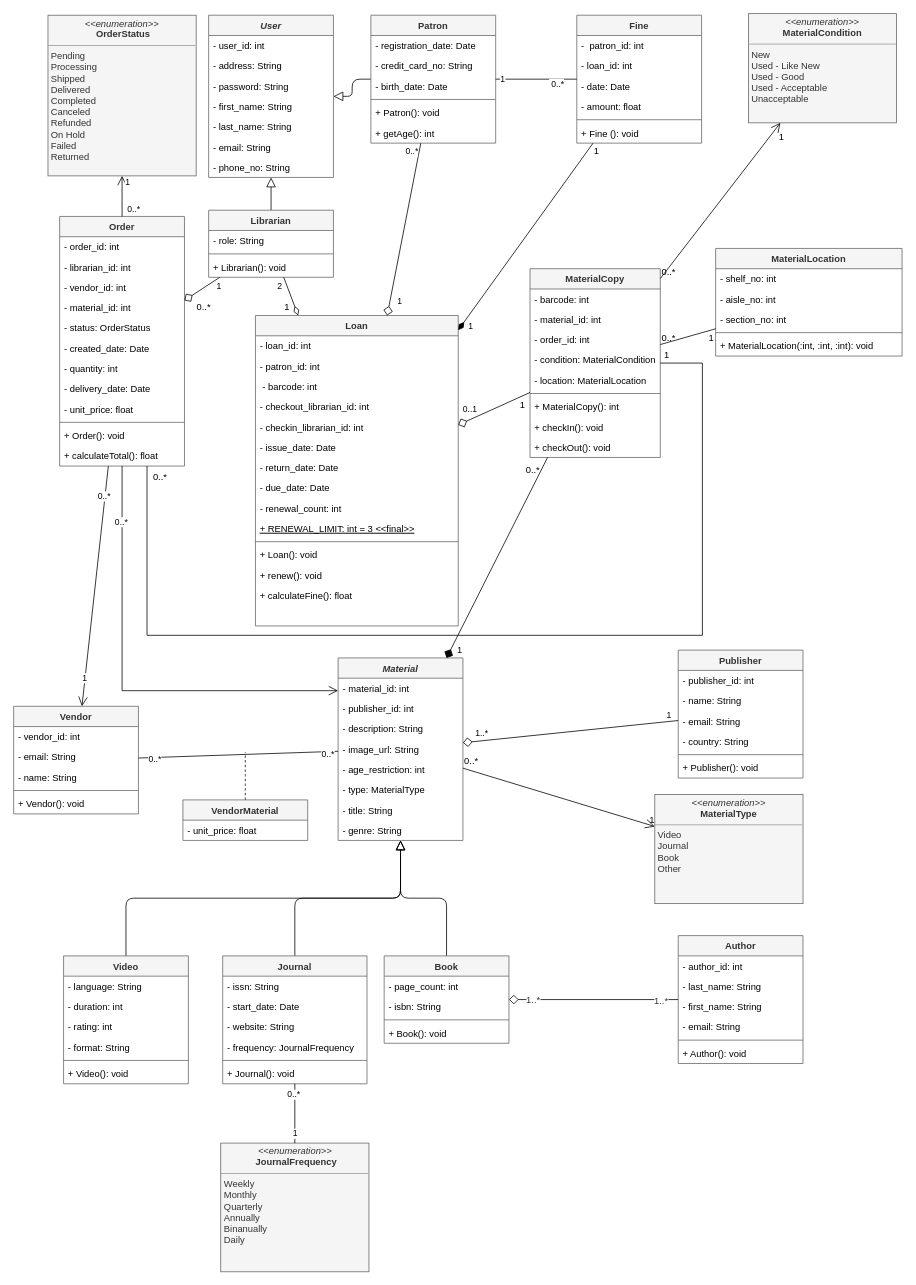
This is docs/assets/uml-class-diagram.drawio from creme332/biblionex, a draw.io file, before an edit. Source tidied: cells renumbered, new cells numbered last; positions are measured from the earlier drawing's top-left corner, leaving out a move shared by most shapes. Both pictures are drawn from the tidied source at 78%, with x=0, y=0 at pixel (13, 13).
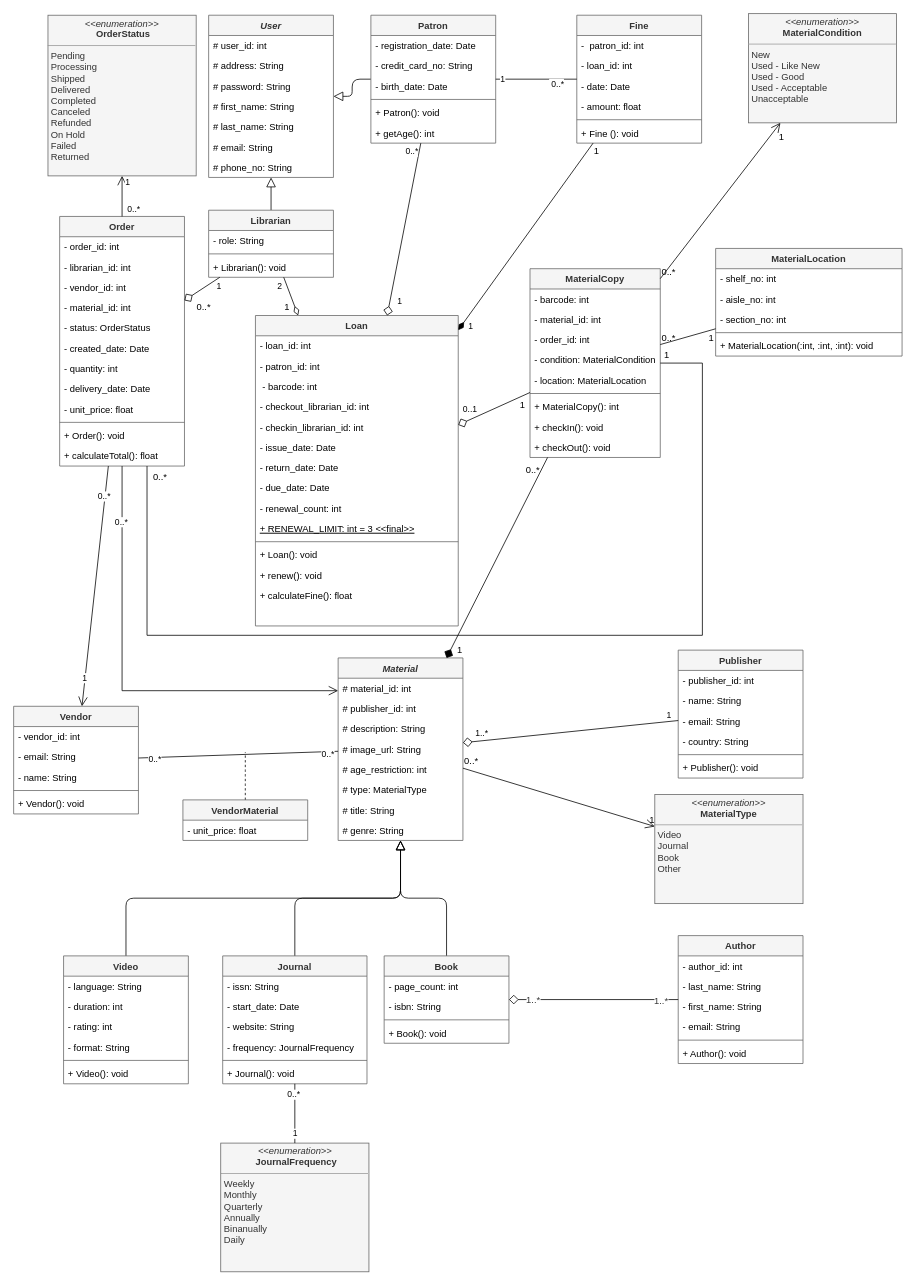
After the change.

Commit message:
use protected fields in User and Material

The change refers to these unchanged cells:
```xml
<mxCell id="2" value="User" style="swimlane;fontStyle=3;align=center;verticalAlign=top;horizontal=1;startSize=26;fillColor=#f5f5f5;fontColor=#333333;strokeColor=#666666;" parent="1" vertex="1">
  <mxGeometry x="250" y="2" width="160" height="208" as="geometry" />
</mxCell>
<mxCell id="46" value="Material" style="swimlane;fontStyle=3;align=center;verticalAlign=top;horizontal=1;startSize=26;fillColor=#f5f5f5;strokeColor=#666666;fontColor=#333333;" parent="1" vertex="1">
  <mxGeometry x="416" y="826" width="160" height="234" as="geometry" />
</mxCell>
```

What changed in the source:
```diff
@@
-    <mxCell id="3" value="- user_id: int" style="text;strokeColor=none;fillColor=none;align=left;verticalAlign=top;spacingLeft=4;spacingRight=4;overflow=hidden;" parent="2" vertex="1">
+    <mxCell id="3" value="# user_id: int" style="text;strokeColor=none;fillColor=none;align=left;verticalAlign=top;spacingLeft=4;spacingRight=4;overflow=hidden;" parent="2" vertex="1">
       <mxGeometry y="26" width="160" height="26" as="geometry" />
     </mxCell>
-    <mxCell id="4" value="- address: String" style="text;strokeColor=none;fillColor=none;align=left;verticalAlign=top;spacingLeft=4;spacingRight=4;overflow=hidden;" parent="2" vertex="1">
+    <mxCell id="4" value="# address: String" style="text;strokeColor=none;fillColor=none;align=left;verticalAlign=top;spacingLeft=4;spacingRight=4;overflow=hidden;" parent="2" vertex="1">
       <mxGeometry y="52" width="160" height="26" as="geometry" />
     </mxCell>
-    <mxCell id="5" value="- password: String" style="text;strokeColor=none;fillColor=none;align=left;verticalAlign=top;spacingLeft=4;spacingRight=4;overflow=hidden;" parent="2" vertex="1">
+    <mxCell id="5" value="# password: String" style="text;strokeColor=none;fillColor=none;align=left;verticalAlign=top;spacingLeft=4;spacingRight=4;overflow=hidden;" parent="2" vertex="1">
       <mxGeometry y="78" width="160" height="26" as="geometry" />
     </mxCell>
-    <mxCell id="6" value="- first_name: String" style="text;strokeColor=none;fillColor=none;align=left;verticalAlign=top;spacingLeft=4;spacingRight=4;overflow=hidden;" parent="2" vertex="1">
+    <mxCell id="6" value="# first_name: String" style="text;strokeColor=none;fillColor=none;align=left;verticalAlign=top;spacingLeft=4;spacingRight=4;overflow=hidden;" parent="2" vertex="1">
       <mxGeometry y="104" width="160" height="26" as="geometry" />
     </mxCell>
-    <mxCell id="7" value="- last_name: String" style="text;strokeColor=none;fillColor=none;align=left;verticalAlign=top;spacingLeft=4;spacingRight=4;overflow=hidden;" parent="2" vertex="1">
+    <mxCell id="7" value="# last_name: String" style="text;strokeColor=none;fillColor=none;align=left;verticalAlign=top;spacingLeft=4;spacingRight=4;overflow=hidden;" parent="2" vertex="1">
       <mxGeometry y="130" width="160" height="26" as="geometry" />
     </mxCell>
-    <mxCell id="8" value="- email: String" style="text;strokeColor=none;fillColor=none;align=left;verticalAlign=top;spacingLeft=4;spacingRight=4;overflow=hidden;" parent="2" vertex="1">
+    <mxCell id="8" value="# email: String" style="text;strokeColor=none;fillColor=none;align=left;verticalAlign=top;spacingLeft=4;spacingRight=4;overflow=hidden;" parent="2" vertex="1">
       <mxGeometry y="156" width="160" height="26" as="geometry" />
     </mxCell>
-    <mxCell id="9" value="- phone_no: String" style="text;strokeColor=none;fillColor=none;align=left;verticalAlign=top;spacingLeft=4;spacingRight=4;overflow=hidden;" parent="2" vertex="1">
+    <mxCell id="9" value="# phone_no: String" style="text;strokeColor=none;fillColor=none;align=left;verticalAlign=top;spacingLeft=4;spacingRight=4;overflow=hidden;" parent="2" vertex="1">
       <mxGeometry y="182" width="160" height="26" as="geometry" />
     </mxCell>
@@
-    <mxCell id="47" value="- material_id: int" style="text;strokeColor=none;fillColor=none;align=left;verticalAlign=top;spacingLeft=4;spacingRight=4;overflow=hidden;" parent="46" vertex="1">
+    <mxCell id="47" value="# material_id: int" style="text;strokeColor=none;fillColor=none;align=left;verticalAlign=top;spacingLeft=4;spacingRight=4;overflow=hidden;" parent="46" vertex="1">
       <mxGeometry y="26" width="160" height="26" as="geometry" />
     </mxCell>
-    <mxCell id="48" value="- publisher_id: int" style="text;strokeColor=none;fillColor=none;align=left;verticalAlign=top;spacingLeft=4;spacingRight=4;overflow=hidden;" parent="46" vertex="1">
+    <mxCell id="48" value="# publisher_id: int" style="text;strokeColor=none;fillColor=none;align=left;verticalAlign=top;spacingLeft=4;spacingRight=4;overflow=hidden;" parent="46" vertex="1">
       <mxGeometry y="52" width="160" height="26" as="geometry" />
     </mxCell>
-    <mxCell id="49" value="- description: String" style="text;strokeColor=none;fillColor=none;align=left;verticalAlign=top;spacingLeft=4;spacingRight=4;overflow=hidden;" parent="46" vertex="1">
+    <mxCell id="49" value="# description: String" style="text;strokeColor=none;fillColor=none;align=left;verticalAlign=top;spacingLeft=4;spacingRight=4;overflow=hidden;" parent="46" vertex="1">
       <mxGeometry y="78" width="160" height="26" as="geometry" />
     </mxCell>
-    <mxCell id="50" value="- image_url: String" style="text;strokeColor=none;fillColor=none;align=left;verticalAlign=top;spacingLeft=4;spacingRight=4;overflow=hidden;" parent="46" vertex="1">
+    <mxCell id="50" value="# image_url: String" style="text;strokeColor=none;fillColor=none;align=left;verticalAlign=top;spacingLeft=4;spacingRight=4;overflow=hidden;" parent="46" vertex="1">
       <mxGeometry y="104" width="160" height="26" as="geometry" />
     </mxCell>
-    <mxCell id="51" value="- age_restriction: int" style="text;strokeColor=none;fillColor=none;align=left;verticalAlign=top;spacingLeft=4;spacingRight=4;overflow=hidden;" parent="46" vertex="1">
+    <mxCell id="51" value="# age_restriction: int" style="text;strokeColor=none;fillColor=none;align=left;verticalAlign=top;spacingLeft=4;spacingRight=4;overflow=hidden;" parent="46" vertex="1">
       <mxGeometry y="130" width="160" height="26" as="geometry" />
     </mxCell>
-    <mxCell id="52" value="- type: MaterialType" style="text;strokeColor=none;fillColor=none;align=left;verticalAlign=top;spacingLeft=4;spacingRight=4;overflow=hidden;" parent="46" vertex="1">
+    <mxCell id="52" value="# type: MaterialType" style="text;strokeColor=none;fillColor=none;align=left;verticalAlign=top;spacingLeft=4;spacingRight=4;overflow=hidden;" parent="46" vertex="1">
       <mxGeometry y="156" width="160" height="26" as="geometry" />
     </mxCell>
-    <mxCell id="53" value="- title: String" style="text;strokeColor=none;fillColor=none;align=left;verticalAlign=top;spacingLeft=4;spacingRight=4;overflow=hidden;" parent="46" vertex="1">
+    <mxCell id="53" value="# title: String" style="text;strokeColor=none;fillColor=none;align=left;verticalAlign=top;spacingLeft=4;spacingRight=4;overflow=hidden;" parent="46" vertex="1">
       <mxGeometry y="182" width="160" height="26" as="geometry" />
     </mxCell>
-    <mxCell id="54" value="- genre: String" style="text;strokeColor=none;fillColor=none;align=left;verticalAlign=top;spacingLeft=4;spacingRight=4;overflow=hidden;" parent="46" vertex="1">
+    <mxCell id="54" value="# genre: String" style="text;strokeColor=none;fillColor=none;align=left;verticalAlign=top;spacingLeft=4;spacingRight=4;overflow=hidden;" parent="46" vertex="1">
       <mxGeometry y="208" width="160" height="26" as="geometry" />
     </mxCell>
```
